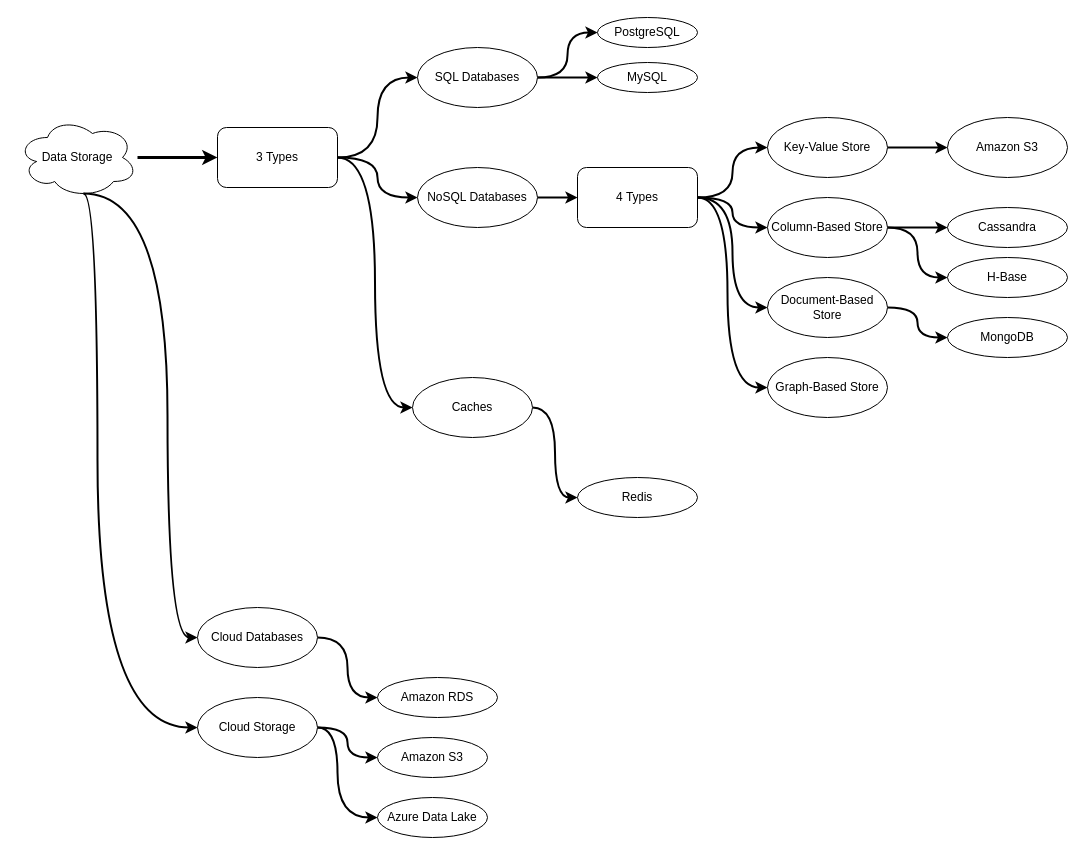
tungstudies/computer-science-study keeps this draw.io diagram as page "DataStorage" (3 of 4) of data-engineering.drawio. Above is the earlier version. Source tidied: cells renumbered, new cells numbered last; positions are measured from the earlier drawing's top-left corner, leaving out a move shared by most shapes. Both pictures are drawn from the tidied source at 100%, with x=0, y=0 at pixel (17, 17).
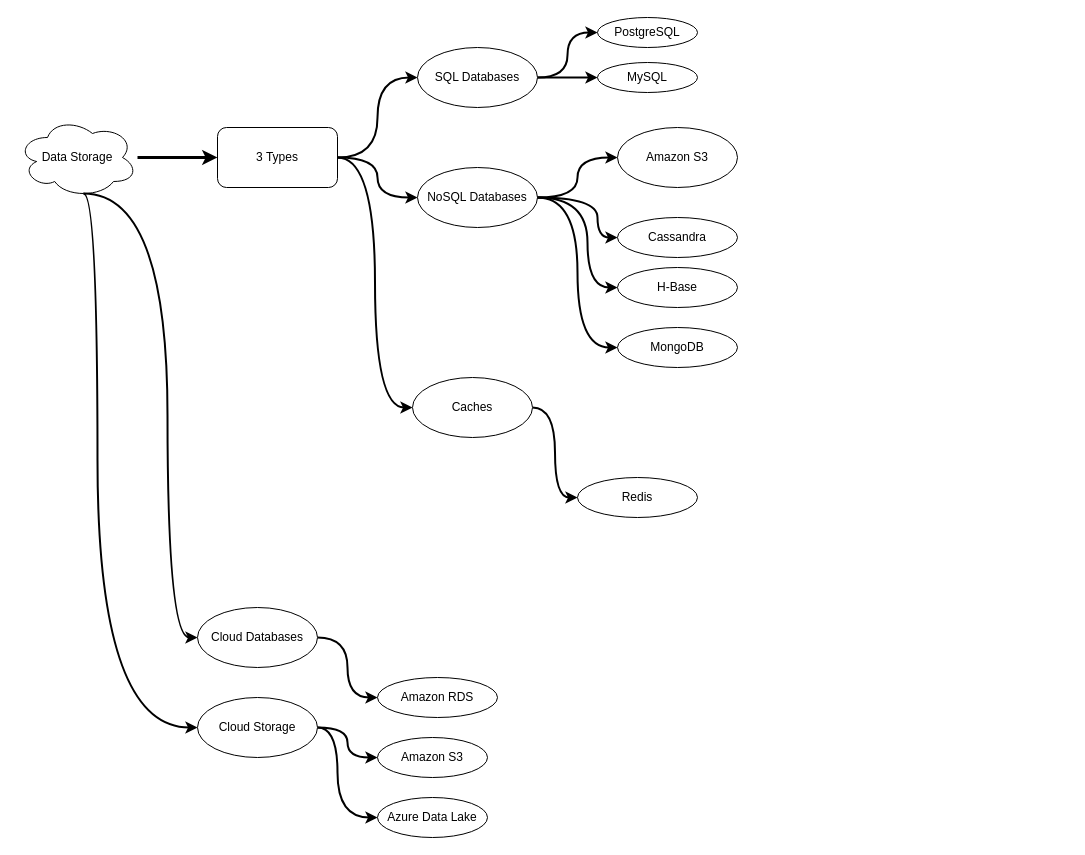
The same page after the edit.

The change refers to these unchanged cells:
```xml
<mxCell id="11" value="NoSQL Databases" style="ellipse;whiteSpace=wrap;html=1;rounded=1;" parent="1" vertex="1">
  <mxGeometry x="400" y="150" width="120" height="60" as="geometry" />
</mxCell>
```

The edit, as a diff of the source:
```diff
@@
-    <mxCell id="10" style="edgeStyle=orthogonalEdgeStyle;curved=1;rounded=1;jettySize=auto;html=1;endArrow=classic;endFill=1;strokeWidth=2;elbow=vertical;" parent="1" edge="1" source="11" target="32">
-      <mxGeometry relative="1" as="geometry" />
-    </mxCell>
+    <mxCell id="45" style="edgeStyle=orthogonalEdgeStyle;curved=1;rounded=1;jettySize=auto;html=1;entryX=0;entryY=0.5;entryDx=0;entryDy=0;endArrow=classic;endFill=1;strokeWidth=2;elbow=vertical;" parent="1" edge="1" source="11" target="42">
+      <mxGeometry relative="1" as="geometry" />
+    </mxCell>
+    <mxCell id="46" style="edgeStyle=orthogonalEdgeStyle;curved=1;rounded=1;jettySize=auto;html=1;entryX=0;entryY=0.5;entryDx=0;entryDy=0;endArrow=classic;endFill=1;strokeWidth=2;elbow=vertical;" parent="1" edge="1" source="11" target="44">
+      <mxGeometry relative="1" as="geometry">
+        <Array as="points">
+          <mxPoint x="570" y="180" />
+          <mxPoint x="570" y="270" />
+        </Array>
+      </mxGeometry>
+    </mxCell>
+    <mxCell id="47" style="edgeStyle=orthogonalEdgeStyle;curved=1;rounded=1;jettySize=auto;html=1;entryX=0;entryY=0.5;entryDx=0;entryDy=0;endArrow=classic;endFill=1;strokeWidth=2;elbow=vertical;" parent="1" edge="1" source="11" target="41">
+      <mxGeometry relative="1" as="geometry">
+        <Array as="points">
+          <mxPoint x="580" y="180" />
+          <mxPoint x="580" y="220" />
+        </Array>
+      </mxGeometry>
+    </mxCell>
@@
-    <mxCell id="28" style="edgeStyle=orthogonalEdgeStyle;curved=1;rounded=1;jettySize=auto;html=1;endArrow=classic;endFill=1;strokeWidth=2;elbow=vertical;" parent="1" edge="1" source="32" target="34">
-      <mxGeometry relative="1" as="geometry" />
-    </mxCell>
-    <mxCell id="29" style="edgeStyle=orthogonalEdgeStyle;curved=1;rounded=1;jettySize=auto;html=1;endArrow=classic;endFill=1;strokeWidth=2;elbow=vertical;" parent="1" edge="1" source="32" target="37">
-      <mxGeometry relative="1" as="geometry" />
-    </mxCell>
-    <mxCell id="30" style="edgeStyle=orthogonalEdgeStyle;curved=1;rounded=1;jettySize=auto;html=1;entryX=0;entryY=0.5;entryDx=0;entryDy=0;endArrow=classic;endFill=1;strokeWidth=2;elbow=vertical;" parent="1" edge="1" source="32" target="39">
-      <mxGeometry relative="1" as="geometry" />
-    </mxCell>
-    <mxCell id="31" style="edgeStyle=orthogonalEdgeStyle;curved=1;rounded=1;jettySize=auto;html=1;entryX=0;entryY=0.5;entryDx=0;entryDy=0;endArrow=classic;endFill=1;strokeWidth=2;elbow=vertical;" parent="1" edge="1" source="32" target="40">
-      <mxGeometry relative="1" as="geometry">
-        <Array as="points">
-          <mxPoint x="710" y="180" />
-          <mxPoint x="710" y="370" />
-        </Array>
-      </mxGeometry>
-    </mxCell>
-    <mxCell id="32" value="4 Types" style="whiteSpace=wrap;html=1;rounded=1;" parent="1" vertex="1">
-      <mxGeometry x="560" y="150" width="120" height="60" as="geometry" />
-    </mxCell>
-    <mxCell id="33" style="edgeStyle=orthogonalEdgeStyle;curved=1;rounded=1;jettySize=auto;html=1;endArrow=classic;endFill=1;strokeWidth=2;elbow=vertical;" parent="1" edge="1" source="34" target="43">
+    <mxCell id="33" style="edgeStyle=orthogonalEdgeStyle;curved=1;rounded=1;jettySize=auto;html=1;endArrow=classic;endFill=1;strokeWidth=2;elbow=vertical;exitX=1;exitY=0.5;exitDx=0;exitDy=0;" parent="1" edge="1" source="11" target="43">
       <mxGeometry relative="1" as="geometry" />
     </mxCell>
-    <mxCell id="34" value="Key-Value Store" style="ellipse;whiteSpace=wrap;html=1;rounded=1;" parent="1" vertex="1">
-      <mxGeometry x="750" y="100" width="120" height="60" as="geometry" />
-    </mxCell>
-    <mxCell id="35" style="edgeStyle=orthogonalEdgeStyle;curved=1;rounded=1;jettySize=auto;html=1;endArrow=classic;endFill=1;strokeWidth=2;elbow=vertical;" parent="1" edge="1" source="37" target="41">
-      <mxGeometry relative="1" as="geometry" />
-    </mxCell>
-    <mxCell id="36" style="edgeStyle=orthogonalEdgeStyle;curved=1;rounded=1;jettySize=auto;html=1;endArrow=classic;endFill=1;strokeWidth=2;elbow=vertical;" parent="1" edge="1" source="37" target="44">
-      <mxGeometry relative="1" as="geometry" />
-    </mxCell>
-    <mxCell id="37" value="Column-Based Store" style="ellipse;whiteSpace=wrap;html=1;rounded=1;" parent="1" vertex="1">
-      <mxGeometry x="750" y="180" width="120" height="60" as="geometry" />
-    </mxCell>
-    <mxCell id="38" style="edgeStyle=orthogonalEdgeStyle;curved=1;rounded=1;jettySize=auto;html=1;entryX=0;entryY=0.5;entryDx=0;entryDy=0;endArrow=classic;endFill=1;strokeWidth=2;elbow=vertical;" parent="1" edge="1" source="39" target="42">
-      <mxGeometry relative="1" as="geometry" />
-    </mxCell>
-    <mxCell id="39" value="Document-Based Store" style="ellipse;whiteSpace=wrap;html=1;rounded=1;" parent="1" vertex="1">
-      <mxGeometry x="750" y="260" width="120" height="60" as="geometry" />
-    </mxCell>
-    <mxCell id="40" value="Graph-Based Store" style="ellipse;whiteSpace=wrap;html=1;rounded=1;" parent="1" vertex="1">
-      <mxGeometry x="750" y="340" width="120" height="60" as="geometry" />
-    </mxCell>
     <mxCell id="41" value="Cassandra" style="ellipse;whiteSpace=wrap;html=1;rounded=1;" parent="1" vertex="1">
-      <mxGeometry x="930" y="190" width="120" height="40" as="geometry" />
+      <mxGeometry x="600" y="200" width="120" height="40" as="geometry" />
     </mxCell>
     <mxCell id="42" value="MongoDB" style="ellipse;whiteSpace=wrap;html=1;rounded=1;" parent="1" vertex="1">
-      <mxGeometry x="930" y="300" width="120" height="40" as="geometry" />
+      <mxGeometry x="600" y="310" width="120" height="40" as="geometry" />
     </mxCell>
     <mxCell id="43" value="Amazon S3" style="ellipse;whiteSpace=wrap;html=1;rounded=1;" parent="1" vertex="1">
-      <mxGeometry x="930" y="100" width="120" height="60" as="geometry" />
+      <mxGeometry x="600" y="110" width="120" height="60" as="geometry" />
     </mxCell>
     <mxCell id="44" value="H-Base" style="ellipse;whiteSpace=wrap;html=1;rounded=1;" parent="1" vertex="1">
-      <mxGeometry x="930" y="240" width="120" height="40" as="geometry" />
+      <mxGeometry x="600" y="250" width="120" height="40" as="geometry" />
     </mxCell>
```
